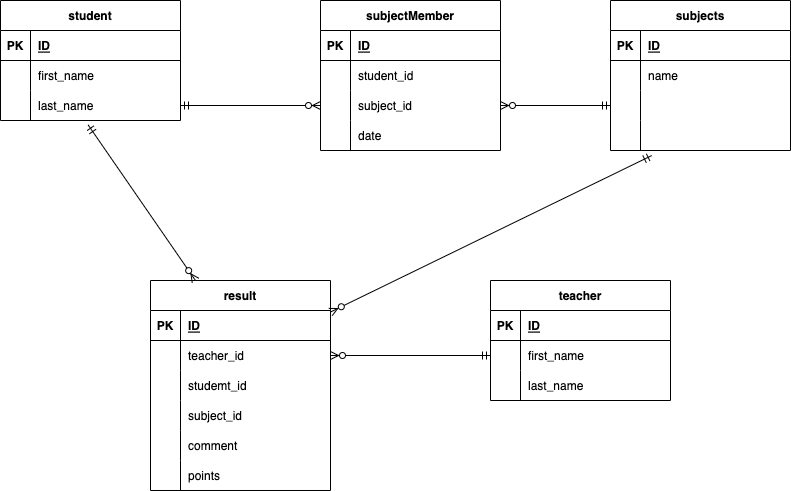
The draw.io diagram index.drawio.png in uenomanami/20221101coachtech, before a commit. Source tidied: cells renumbered, new cells last; positions are measured from the earlier drawing's top-left corner, leaving out a move shared by most shapes.
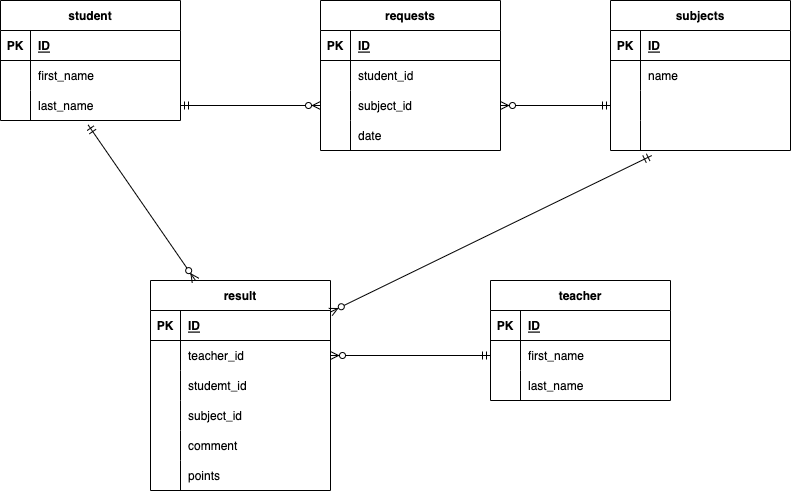
The same file after the commit.

Diff of the diagram source:
```diff
@@ -71,7 +71,7 @@
     <mxCell id="24" value="last_name" style="shape=partialRectangle;fillColor=none;top=0;left=0;bottom=0;right=0;align=left;spacingLeft=6;overflow=hidden;" parent="22" vertex="1">
       <mxGeometry x="30" width="150" height="30" as="geometry" />
     </mxCell>
-    <mxCell id="25" value="subjectMember" style="shape=table;startSize=30;rowLines=0;fontStyle=1;align=center;" parent="1" vertex="1">
+    <mxCell id="25" value="requests" style="shape=table;startSize=30;rowLines=0;fontStyle=1;align=center;" parent="1" vertex="1">
       <mxGeometry x="320" width="180" height="150" as="geometry" />
     </mxCell>
     <mxCell id="26" style="shape=partialRectangle;fillColor=none;top=0;left=0;bottom=1;right=0;" parent="25" vertex="1">
```
